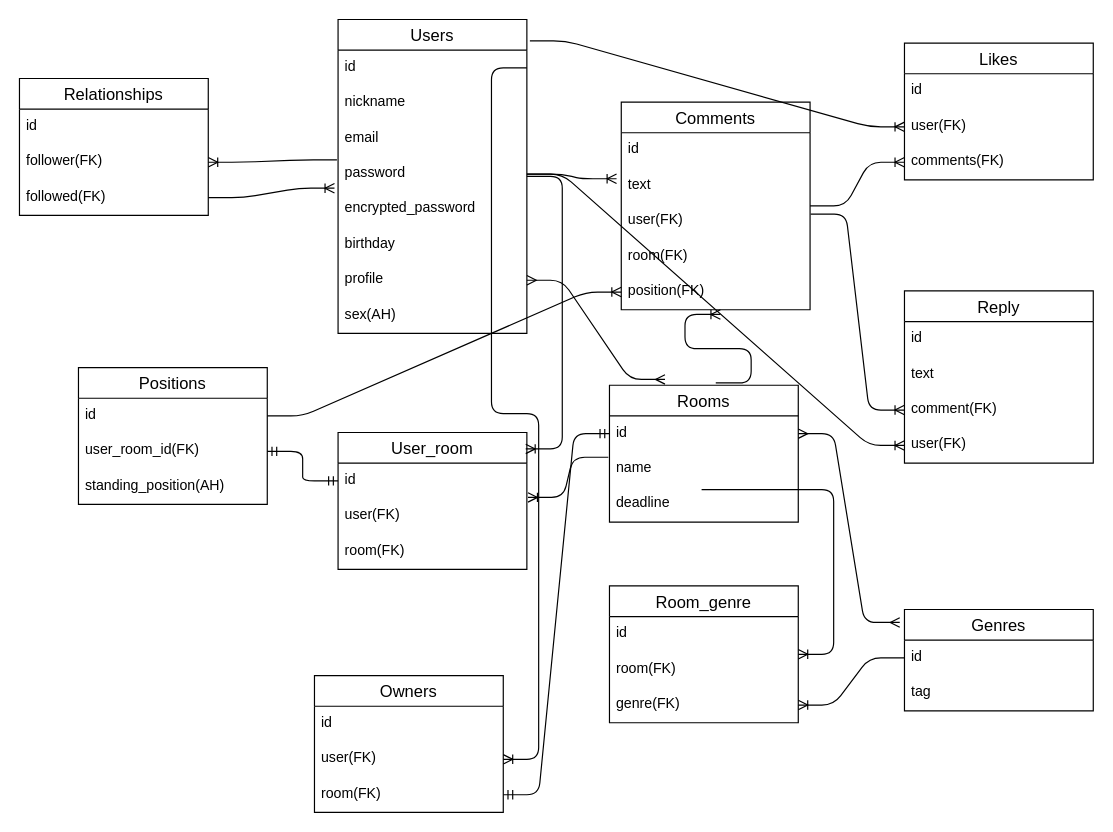
This is ER図.dio from harukicode0/discussion_app_2022, a draw.io file, before an edit. Source tidied: cells renumbered, new cells numbered last; positions are measured from the earlier drawing's top-left corner, leaving out a move shared by most shapes. Both pictures are drawn from the tidied source at 118%, with x=0, y=0 at pixel (19, 19).
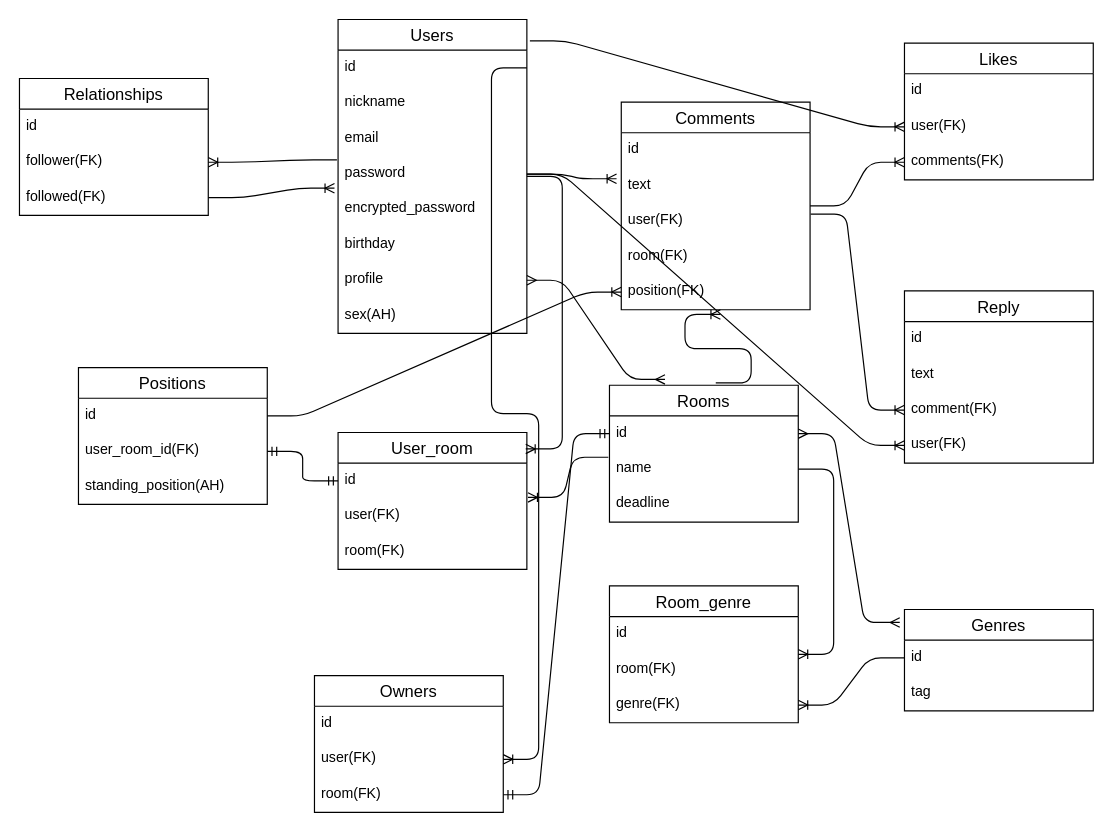
The same page after the edit.

Unchanged cells that the change refers to:
```xml
<mxCell id="13" value="name" style="text;strokeColor=none;fillColor=none;spacingLeft=4;spacingRight=4;overflow=hidden;points=[[0,0.5],[1,0.5]];portConstraint=eastwest;fontSize=12;" parent="11" vertex="1">
  <mxGeometry y="56" width="160" height="30" as="geometry" />
</mxCell>
<mxCell id="31" value="Room_genre" style="swimlane;fontStyle=0;horizontal=1;startSize=26;align=center;fontSize=14;" parent="1" vertex="1">
  <mxGeometry x="500" y="480" width="160" height="116" as="geometry" />
</mxCell>
```

Diff of the diagram source:
```diff
@@
-    <mxCell id="35" style="edgeStyle=entityRelationEdgeStyle;fontSize=12;html=1;endArrow=ERoneToMany;exitX=0.488;exitY=1.083;exitDx=0;exitDy=0;exitPerimeter=0;" parent="1" edge="1" source="13" target="31">
+    <mxCell id="35" style="edgeStyle=entityRelationEdgeStyle;fontSize=12;html=1;endArrow=ERoneToMany;exitX=1;exitY=0.5;exitDx=0;exitDy=0;" parent="1" edge="1" source="13" target="31">
       <mxGeometry relative="1" as="geometry" />
     </mxCell>
```
